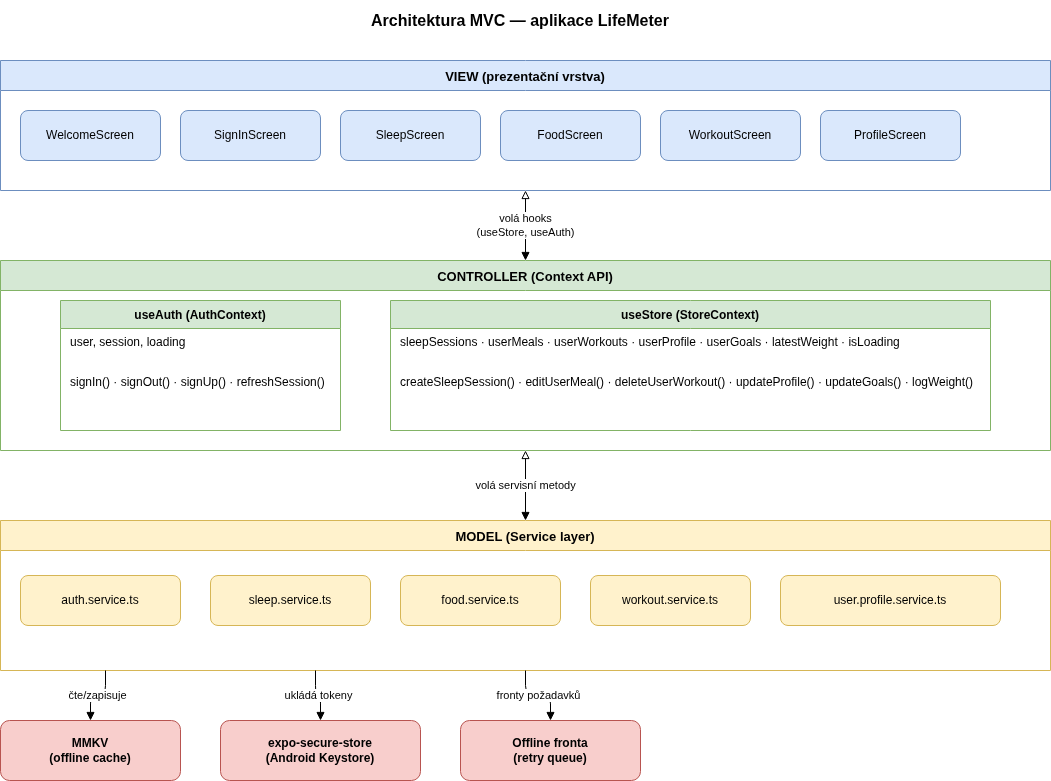
Above: docs/references/img/architecture/mvc_schema.png in VokurkaA/LifeMeter (draw.io), before the change. Source tidied: cells renumbered, new cells last; positions are measured from the earlier drawing's top-left corner, leaving out a move shared by most shapes. Its diagram source:
```xml
<mxGraphModel>
  <root>
    <mxCell id="0" />
    <mxCell id="1" parent="0" />
    <mxCell id="2" value="Architektura MVC — aplikace LifeMeter" style="text;html=1;strokeColor=none;fillColor=none;align=center;verticalAlign=middle;whiteSpace=wrap;rounded=0;fontSize=16;fontStyle=1;" parent="1" vertex="1">
      <mxGeometry x="140" width="760" height="40" as="geometry" />
    </mxCell>
    <mxCell id="3" value="VIEW (prezentační vrstva)" style="swimlane;fontStyle=1;startSize=30;fillColor=#dae8fc;strokeColor=#6c8ebf;fontSize=13;" parent="1" vertex="1">
      <mxGeometry y="60" width="1050" height="130" as="geometry" />
    </mxCell>
    <mxCell id="4" value="WelcomeScreen" style="rounded=1;whiteSpace=wrap;html=1;fillColor=#dae8fc;strokeColor=#6c8ebf;" parent="3" vertex="1">
      <mxGeometry x="20" y="50" width="140" height="50" as="geometry" />
    </mxCell>
    <mxCell id="5" value="SignInScreen" style="rounded=1;whiteSpace=wrap;html=1;fillColor=#dae8fc;strokeColor=#6c8ebf;" parent="3" vertex="1">
      <mxGeometry x="180" y="50" width="140" height="50" as="geometry" />
    </mxCell>
    <mxCell id="6" value="SleepScreen" style="rounded=1;whiteSpace=wrap;html=1;fillColor=#dae8fc;strokeColor=#6c8ebf;" parent="3" vertex="1">
      <mxGeometry x="340" y="50" width="140" height="50" as="geometry" />
    </mxCell>
    <mxCell id="7" value="FoodScreen" style="rounded=1;whiteSpace=wrap;html=1;fillColor=#dae8fc;strokeColor=#6c8ebf;" parent="3" vertex="1">
      <mxGeometry x="500" y="50" width="140" height="50" as="geometry" />
    </mxCell>
    <mxCell id="8" value="WorkoutScreen" style="rounded=1;whiteSpace=wrap;html=1;fillColor=#dae8fc;strokeColor=#6c8ebf;" parent="3" vertex="1">
      <mxGeometry x="660" y="50" width="140" height="50" as="geometry" />
    </mxCell>
    <mxCell id="9" value="ProfileScreen" style="rounded=1;whiteSpace=wrap;html=1;fillColor=#dae8fc;strokeColor=#6c8ebf;" parent="3" vertex="1">
      <mxGeometry x="820" y="50" width="140" height="50" as="geometry" />
    </mxCell>
    <mxCell id="10" value="CONTROLLER (Context API)" style="swimlane;fontStyle=1;startSize=30;fillColor=#d5e8d4;strokeColor=#82b366;fontSize=13;" parent="1" vertex="1">
      <mxGeometry y="260" width="1050" height="190" as="geometry" />
    </mxCell>
    <mxCell id="11" value="useAuth (AuthContext)" style="swimlane;fontStyle=1;startSize=28;fillColor=#d5e8d4;strokeColor=#82b366;" parent="10" vertex="1">
      <mxGeometry x="60" y="40" width="280" height="130" as="geometry" />
    </mxCell>
    <mxCell id="12" value="user, session, loading" style="text;html=1;strokeColor=none;fillColor=none;align=left;verticalAlign=top;spacingLeft=8;" parent="11" vertex="1">
      <mxGeometry y="28" width="280" height="40" as="geometry" />
    </mxCell>
    <mxCell id="13" value="signIn() · signOut() · signUp() · refreshSession()" style="text;html=1;strokeColor=none;fillColor=none;align=left;verticalAlign=top;spacingLeft=8;" parent="11" vertex="1">
      <mxGeometry y="68" width="280" height="50" as="geometry" />
    </mxCell>
    <mxCell id="14" value="useStore (StoreContext)" style="swimlane;fontStyle=1;startSize=28;fillColor=#d5e8d4;strokeColor=#82b366;" parent="10" vertex="1">
      <mxGeometry x="390" y="40" width="600" height="130" as="geometry" />
    </mxCell>
    <mxCell id="15" value="sleepSessions · userMeals · userWorkouts · userProfile · userGoals · latestWeight · isLoading" style="text;html=1;strokeColor=none;fillColor=none;align=left;verticalAlign=top;spacingLeft=8;" parent="14" vertex="1">
      <mxGeometry y="28" width="600" height="40" as="geometry" />
    </mxCell>
    <mxCell id="16" value="createSleepSession() · editUserMeal() · deleteUserWorkout() · updateProfile() · updateGoals() · logWeight()" style="text;html=1;strokeColor=none;fillColor=none;align=left;verticalAlign=top;spacingLeft=8;" parent="14" vertex="1">
      <mxGeometry y="68" width="600" height="50" as="geometry" />
    </mxCell>
    <mxCell id="17" value="MODEL (Service layer)" style="swimlane;fontStyle=1;startSize=30;fillColor=#fff2cc;strokeColor=#d6b656;fontSize=13;" parent="1" vertex="1">
      <mxGeometry y="520" width="1050" height="150" as="geometry" />
    </mxCell>
    <mxCell id="18" value="auth.service.ts" style="rounded=1;whiteSpace=wrap;html=1;fillColor=#fff2cc;strokeColor=#d6b656;" parent="17" vertex="1">
      <mxGeometry x="20" y="55" width="160" height="50" as="geometry" />
    </mxCell>
    <mxCell id="19" value="sleep.service.ts" style="rounded=1;whiteSpace=wrap;html=1;fillColor=#fff2cc;strokeColor=#d6b656;" parent="17" vertex="1">
      <mxGeometry x="210" y="55" width="160" height="50" as="geometry" />
    </mxCell>
    <mxCell id="20" value="food.service.ts" style="rounded=1;whiteSpace=wrap;html=1;fillColor=#fff2cc;strokeColor=#d6b656;" parent="17" vertex="1">
      <mxGeometry x="400" y="55" width="160" height="50" as="geometry" />
    </mxCell>
    <mxCell id="21" value="workout.service.ts" style="rounded=1;whiteSpace=wrap;html=1;fillColor=#fff2cc;strokeColor=#d6b656;" parent="17" vertex="1">
      <mxGeometry x="590" y="55" width="160" height="50" as="geometry" />
    </mxCell>
    <mxCell id="22" value="user.profile.service.ts" style="rounded=1;whiteSpace=wrap;html=1;fillColor=#fff2cc;strokeColor=#d6b656;" parent="17" vertex="1">
      <mxGeometry x="780" y="55" width="220" height="50" as="geometry" />
    </mxCell>
    <mxCell id="23" value="MMKV&#10;(offline cache)" style="rounded=1;whiteSpace=wrap;html=1;fillColor=#f8cecc;strokeColor=#b85450;fontStyle=1;" parent="1" vertex="1">
      <mxGeometry y="720" width="180" height="60" as="geometry" />
    </mxCell>
    <mxCell id="24" value="expo-secure-store&#10;(Android Keystore)" style="rounded=1;whiteSpace=wrap;html=1;fillColor=#f8cecc;strokeColor=#b85450;fontStyle=1;" parent="1" vertex="1">
      <mxGeometry x="220" y="720" width="200" height="60" as="geometry" />
    </mxCell>
    <mxCell id="25" value="Offline fronta&#10;(retry queue)" style="rounded=1;whiteSpace=wrap;html=1;fillColor=#f8cecc;strokeColor=#b85450;fontStyle=1;" parent="1" vertex="1">
      <mxGeometry x="460" y="720" width="180" height="60" as="geometry" />
    </mxCell>
    <mxCell id="26" value="volá hooks&#10;(useStore, useAuth)" style="edgeStyle=orthogonalEdgeStyle;html=1;exitX=0.5;exitY=1;entryX=0.5;entryY=0;endArrow=block;startArrow=block;startFill=0;endFill=1;" parent="1" edge="1" source="3" target="10">
      <mxGeometry relative="1" as="geometry" />
    </mxCell>
    <mxCell id="27" value="volá servisní metody" style="edgeStyle=orthogonalEdgeStyle;html=1;exitX=0.5;exitY=1;entryX=0.5;entryY=0;endArrow=block;startArrow=block;startFill=0;endFill=1;" parent="1" edge="1" source="10" target="17">
      <mxGeometry relative="1" as="geometry" />
    </mxCell>
    <mxCell id="28" value="čte/zapisuje" style="edgeStyle=orthogonalEdgeStyle;html=1;exitX=0.1;exitY=1;entryX=0.5;entryY=0;endArrow=block;endFill=1;" parent="1" edge="1" source="17" target="23">
      <mxGeometry relative="1" as="geometry" />
    </mxCell>
    <mxCell id="29" value="ukládá tokeny" style="edgeStyle=orthogonalEdgeStyle;html=1;exitX=0.3;exitY=1;entryX=0.5;entryY=0;endArrow=block;endFill=1;" parent="1" edge="1" source="17" target="24">
      <mxGeometry relative="1" as="geometry" />
    </mxCell>
    <mxCell id="30" value="fronty požadavků" style="edgeStyle=orthogonalEdgeStyle;html=1;exitX=0.5;exitY=1;entryX=0.5;entryY=0;endArrow=block;endFill=1;" parent="1" edge="1" source="17" target="25">
      <mxGeometry relative="1" as="geometry" />
    </mxCell>
  </root>
</mxGraphModel>
```
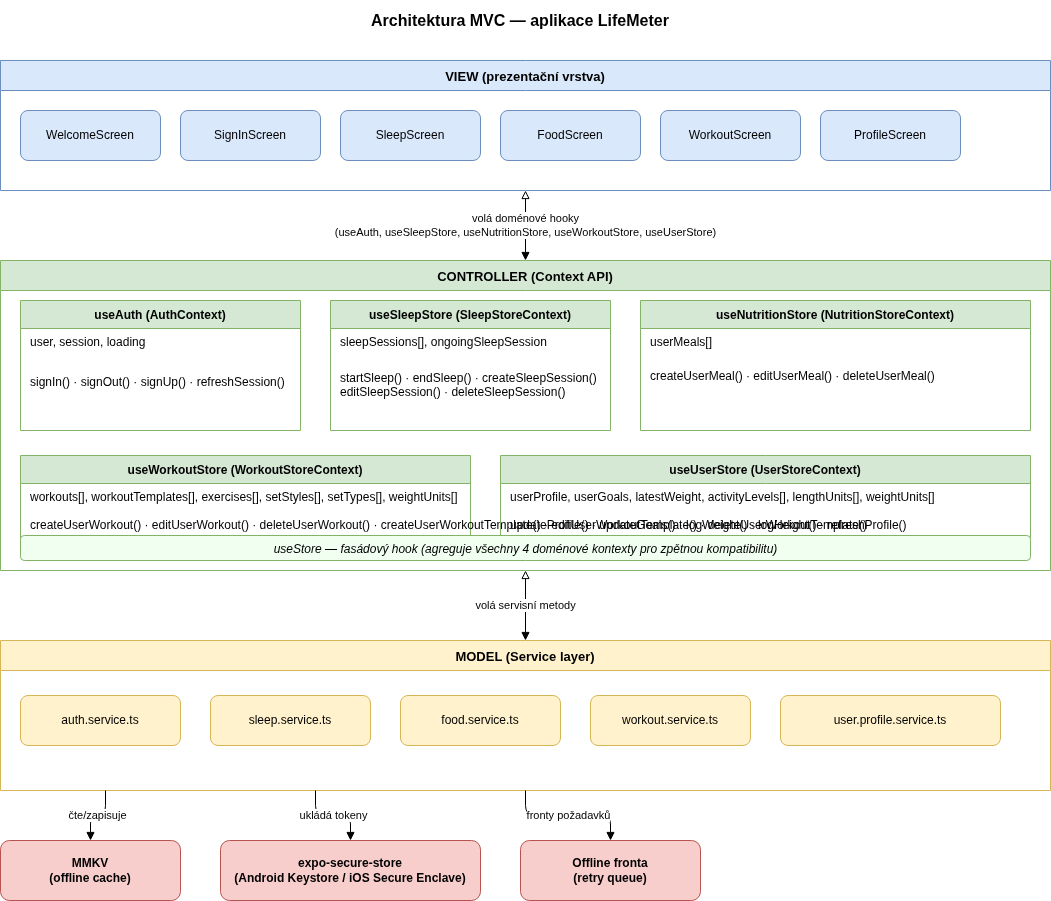
After the change.

Commit message:
Update architecture diagrams and documentation for improved clarity and detail

Change to the diagram source:
```diff
@@ -27,10 +27,10 @@
       <mxGeometry x="820" y="50" width="140" height="50" as="geometry" />
     </mxCell>
     <mxCell id="10" value="CONTROLLER (Context API)" style="swimlane;fontStyle=1;startSize=30;fillColor=#d5e8d4;strokeColor=#82b366;fontSize=13;" parent="1" vertex="1">
-      <mxGeometry y="260" width="1050" height="190" as="geometry" />
+      <mxGeometry y="260" width="1050" height="310" as="geometry" />
     </mxCell>
     <mxCell id="11" value="useAuth (AuthContext)" style="swimlane;fontStyle=1;startSize=28;fillColor=#d5e8d4;strokeColor=#82b366;" parent="10" vertex="1">
-      <mxGeometry x="60" y="40" width="280" height="130" as="geometry" />
+      <mxGeometry x="20" y="40" width="280" height="130" as="geometry" />
     </mxCell>
     <mxCell id="12" value="user, session, loading" style="text;html=1;strokeColor=none;fillColor=none;align=left;verticalAlign=top;spacingLeft=8;" parent="11" vertex="1">
       <mxGeometry y="28" width="280" height="40" as="geometry" />
@@ -38,17 +38,47 @@
     <mxCell id="13" value="signIn() · signOut() · signUp() · refreshSession()" style="text;html=1;strokeColor=none;fillColor=none;align=left;verticalAlign=top;spacingLeft=8;" parent="11" vertex="1">
       <mxGeometry y="68" width="280" height="50" as="geometry" />
     </mxCell>
-    <mxCell id="14" value="useStore (StoreContext)" style="swimlane;fontStyle=1;startSize=28;fillColor=#d5e8d4;strokeColor=#82b366;" parent="10" vertex="1">
-      <mxGeometry x="390" y="40" width="600" height="130" as="geometry" />
-    </mxCell>
-    <mxCell id="15" value="sleepSessions · userMeals · userWorkouts · userProfile · userGoals · latestWeight · isLoading" style="text;html=1;strokeColor=none;fillColor=none;align=left;verticalAlign=top;spacingLeft=8;" parent="14" vertex="1">
-      <mxGeometry y="28" width="600" height="40" as="geometry" />
-    </mxCell>
-    <mxCell id="16" value="createSleepSession() · editUserMeal() · deleteUserWorkout() · updateProfile() · updateGoals() · logWeight()" style="text;html=1;strokeColor=none;fillColor=none;align=left;verticalAlign=top;spacingLeft=8;" parent="14" vertex="1">
-      <mxGeometry y="68" width="600" height="50" as="geometry" />
-    </mxCell>
+    <mxCell id="31" value="useSleepStore (SleepStoreContext)" style="swimlane;fontStyle=1;startSize=28;fillColor=#d5e8d4;strokeColor=#82b366;" parent="10" vertex="1">
+      <mxGeometry x="330" y="40" width="280" height="130" as="geometry" />
+    </mxCell>
+    <mxCell id="32" value="sleepSessions[], ongoingSleepSession" style="text;html=1;strokeColor=none;fillColor=none;align=left;verticalAlign=top;spacingLeft=8;" parent="31" vertex="1">
+      <mxGeometry y="28" width="280" height="40" as="geometry" />
+    </mxCell>
+    <mxCell id="33" value="startSleep() · endSleep() · createSleepSession()&#10;editSleepSession() · deleteSleepSession()" style="text;html=1;strokeColor=none;fillColor=none;align=left;verticalAlign=top;spacingLeft=8;" parent="31" vertex="1">
+      <mxGeometry y="64" width="280" height="55" as="geometry" />
+    </mxCell>
+    <mxCell id="34" value="useNutritionStore (NutritionStoreContext)" style="swimlane;fontStyle=1;startSize=28;fillColor=#d5e8d4;strokeColor=#82b366;" parent="10" vertex="1">
+      <mxGeometry x="640" y="40" width="390" height="130" as="geometry" />
+    </mxCell>
+    <mxCell id="35" value="userMeals[]" style="text;html=1;strokeColor=none;fillColor=none;align=left;verticalAlign=top;spacingLeft=8;" parent="34" vertex="1">
+      <mxGeometry y="28" width="390" height="30" as="geometry" />
+    </mxCell>
+    <mxCell id="36" value="createUserMeal() · editUserMeal() · deleteUserMeal()" style="text;html=1;strokeColor=none;fillColor=none;align=left;verticalAlign=top;spacingLeft=8;" parent="34" vertex="1">
+      <mxGeometry y="62" width="390" height="55" as="geometry" />
+    </mxCell>
+    <mxCell id="37" value="useWorkoutStore (WorkoutStoreContext)" style="swimlane;fontStyle=1;startSize=28;fillColor=#d5e8d4;strokeColor=#82b366;" parent="10" vertex="1">
+      <mxGeometry x="20" y="195" width="450" height="100" as="geometry" />
+    </mxCell>
+    <mxCell id="38" value="workouts[], workoutTemplates[], exercises[], setStyles[], setTypes[], weightUnits[]" style="text;html=1;strokeColor=none;fillColor=none;align=left;verticalAlign=top;spacingLeft=8;" parent="37" vertex="1">
+      <mxGeometry y="28" width="450" height="30" as="geometry" />
+    </mxCell>
+    <mxCell id="39" value="createUserWorkout() · editUserWorkout() · deleteUserWorkout() · createUserWorkoutTemplate() · editUserWorkoutTemplate() · deleteUserWorkoutTemplate()" style="text;html=1;strokeColor=none;fillColor=none;align=left;verticalAlign=top;spacingLeft=8;" parent="37" vertex="1">
+      <mxGeometry y="56" width="450" height="35" as="geometry" />
+    </mxCell>
+    <mxCell id="40" value="useUserStore (UserStoreContext)" style="swimlane;fontStyle=1;startSize=28;fillColor=#d5e8d4;strokeColor=#82b366;" parent="10" vertex="1">
+      <mxGeometry x="500" y="195" width="530" height="100" as="geometry" />
+    </mxCell>
+    <mxCell id="41" value="userProfile, userGoals, latestWeight, activityLevels[], lengthUnits[], weightUnits[]" style="text;html=1;strokeColor=none;fillColor=none;align=left;verticalAlign=top;spacingLeft=8;" parent="40" vertex="1">
+      <mxGeometry y="28" width="530" height="30" as="geometry" />
+    </mxCell>
+    <mxCell id="42" value="updateProfile() · updateGoals() · logWeight() · logHeight() · refreshProfile()" style="text;html=1;strokeColor=none;fillColor=none;align=left;verticalAlign=top;spacingLeft=8;" parent="40" vertex="1">
+      <mxGeometry y="56" width="530" height="35" as="geometry" />
+    </mxCell>
+    <mxCell id="43" value="useStore — fasádový hook (agreguje všechny 4 doménové kontexty pro zpětnou kompatibilitu)" style="text;html=1;strokeColor=#82b366;fillColor=#f0fff0;align=center;rounded=1;fontStyle=2;" parent="10" vertex="1">
+      <mxGeometry x="20" y="275" width="1010" height="25" as="geometry" />
+    </mxCell>
     <mxCell id="17" value="MODEL (Service layer)" style="swimlane;fontStyle=1;startSize=30;fillColor=#fff2cc;strokeColor=#d6b656;fontSize=13;" parent="1" vertex="1">
-      <mxGeometry y="520" width="1050" height="150" as="geometry" />
+      <mxGeometry y="640" width="1050" height="150" as="geometry" />
     </mxCell>
     <mxCell id="18" value="auth.service.ts" style="rounded=1;whiteSpace=wrap;html=1;fillColor=#fff2cc;strokeColor=#d6b656;" parent="17" vertex="1">
       <mxGeometry x="20" y="55" width="160" height="50" as="geometry" />
@@ -66,15 +96,15 @@
       <mxGeometry x="780" y="55" width="220" height="50" as="geometry" />
     </mxCell>
     <mxCell id="23" value="MMKV&#10;(offline cache)" style="rounded=1;whiteSpace=wrap;html=1;fillColor=#f8cecc;strokeColor=#b85450;fontStyle=1;" parent="1" vertex="1">
-      <mxGeometry y="720" width="180" height="60" as="geometry" />
+      <mxGeometry y="840" width="180" height="60" as="geometry" />
     </mxCell>
-    <mxCell id="24" value="expo-secure-store&#10;(Android Keystore)" style="rounded=1;whiteSpace=wrap;html=1;fillColor=#f8cecc;strokeColor=#b85450;fontStyle=1;" parent="1" vertex="1">
-      <mxGeometry x="220" y="720" width="200" height="60" as="geometry" />
+    <mxCell id="24" value="expo-secure-store&#10;(Android Keystore / iOS Secure Enclave)" style="rounded=1;whiteSpace=wrap;html=1;fillColor=#f8cecc;strokeColor=#b85450;fontStyle=1;" parent="1" vertex="1">
+      <mxGeometry x="220" y="840" width="260" height="60" as="geometry" />
     </mxCell>
     <mxCell id="25" value="Offline fronta&#10;(retry queue)" style="rounded=1;whiteSpace=wrap;html=1;fillColor=#f8cecc;strokeColor=#b85450;fontStyle=1;" parent="1" vertex="1">
-      <mxGeometry x="460" y="720" width="180" height="60" as="geometry" />
+      <mxGeometry x="520" y="840" width="180" height="60" as="geometry" />
     </mxCell>
-    <mxCell id="26" value="volá hooks&#10;(useStore, useAuth)" style="edgeStyle=orthogonalEdgeStyle;html=1;exitX=0.5;exitY=1;entryX=0.5;entryY=0;endArrow=block;startArrow=block;startFill=0;endFill=1;" parent="1" edge="1" source="3" target="10">
+    <mxCell id="26" value="volá doménové hooky&#10;(useAuth, useSleepStore, useNutritionStore, useWorkoutStore, useUserStore)" style="edgeStyle=orthogonalEdgeStyle;html=1;exitX=0.5;exitY=1;entryX=0.5;entryY=0;endArrow=block;startArrow=block;startFill=0;endFill=1;" parent="1" edge="1" source="3" target="10">
       <mxGeometry relative="1" as="geometry" />
     </mxCell>
     <mxCell id="27" value="volá servisní metody" style="edgeStyle=orthogonalEdgeStyle;html=1;exitX=0.5;exitY=1;entryX=0.5;entryY=0;endArrow=block;startArrow=block;startFill=0;endFill=1;" parent="1" edge="1" source="10" target="17">
```
